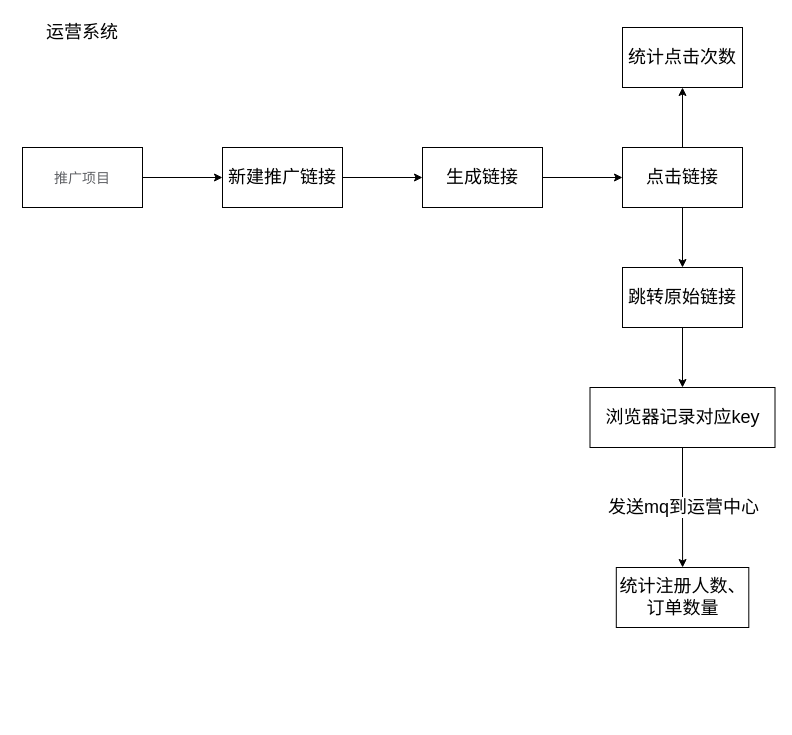
Above: page "运营系统" (4 of 5) of 醉品系统业务流程.drawio in linbingxing/mind (draw.io), before the change. Source tidied: cells renumbered, new cells numbered last; positions are measured from the earlier drawing's top-left corner, leaving out a move shared by most shapes. Both pictures are drawn from the tidied source at 100%, with x=0, y=0 at pixel (17, 17).
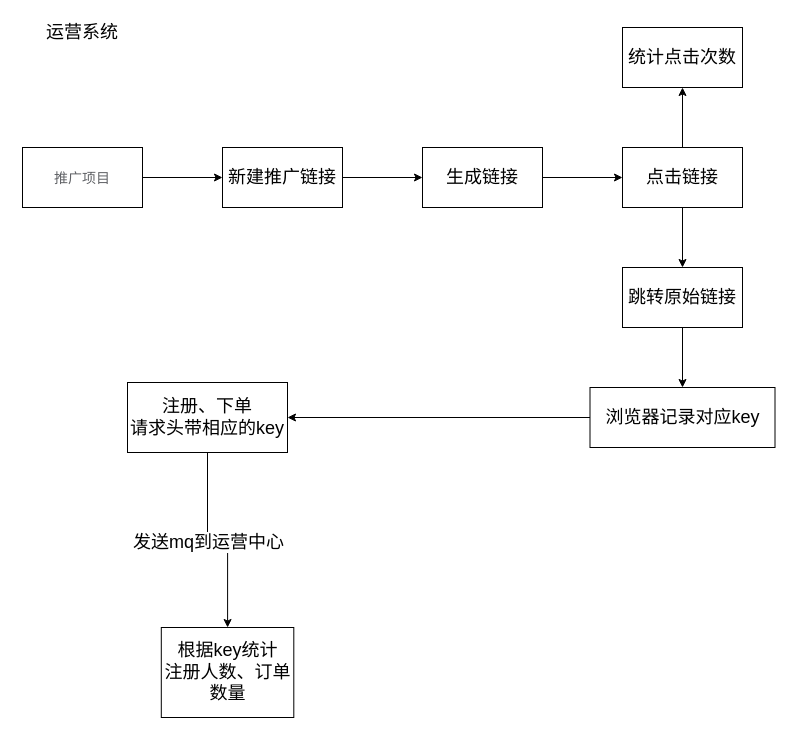
The same page after the edit.

Commit message:
更新醉品系统业务流程.drawio

The change refers to these unchanged cells:
```xml
<mxCell id="17" value="浏览器记录对应key" style="whiteSpace=wrap;html=1;fontSize=18;rounded=0;" parent="1" vertex="1">
  <mxGeometry x="572.5" y="370" width="185" height="60" as="geometry" />
</mxCell>
```

What changed in the source:
```diff
@@
-    <mxCell id="15" style="edgeStyle=orthogonalEdgeStyle;rounded=0;jettySize=auto;html=1;fontSize=18;" parent="1" edge="1" source="17" target="18">
+    <mxCell id="15" style="edgeStyle=orthogonalEdgeStyle;rounded=0;jettySize=auto;html=1;fontSize=18;exitX=0.5;exitY=1;exitDx=0;exitDy=0;" parent="1" edge="1" source="20" target="18">
       <mxGeometry relative="1" as="geometry" />
     </mxCell>
@@
+    <mxCell id="19" style="edgeStyle=orthogonalEdgeStyle;rounded=0;jettySize=auto;html=1;fontSize=18;" parent="1" edge="1" source="17" target="20">
+      <mxGeometry relative="1" as="geometry" />
+    </mxCell>
@@
-    <mxCell id="18" value="统计注册人数、订单数量" style="whiteSpace=wrap;html=1;fontSize=18;rounded=0;" parent="1" vertex="1">
-      <mxGeometry x="598.8" y="550" width="132.5" height="60" as="geometry" />
+    <mxCell id="18" value="根据key统计&lt;br&gt;注册人数、订单数量" style="whiteSpace=wrap;html=1;fontSize=18;rounded=0;" parent="1" vertex="1">
+      <mxGeometry x="143.8" y="610" width="132.5" height="90" as="geometry" />
     </mxCell>
+    <mxCell id="20" value="注册、下单&lt;br&gt;请求头带相应的key" style="whiteSpace=wrap;html=1;fontSize=18;rounded=0;" parent="1" vertex="1">
+      <mxGeometry x="110" y="365" width="160" height="70" as="geometry" />
+    </mxCell>
```
